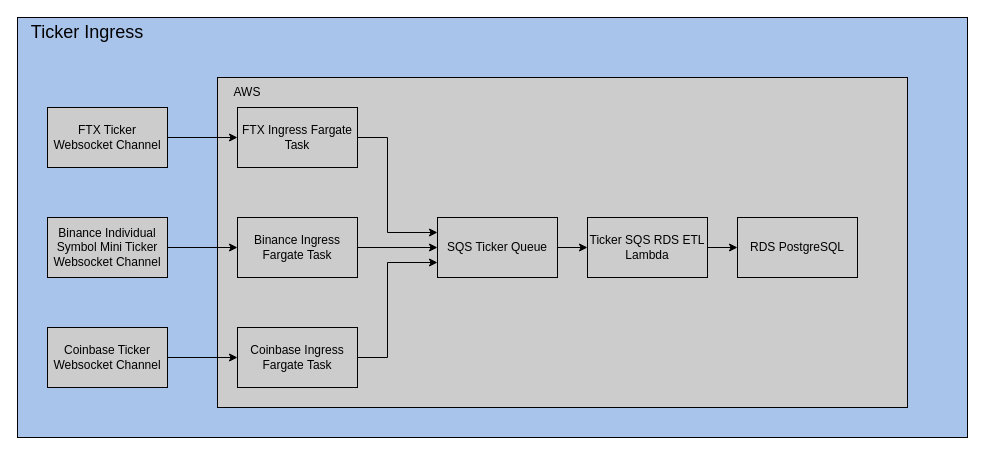
The draw.io diagram docs/Plutus.drawio in dtrodger/Plutus, before the edit. Source tidied: cells renumbered, new cells numbered last; positions are measured from the earlier drawing's top-left corner, leaving out a move shared by most shapes. Both pictures are drawn from the tidied source at 100%, with x=0, y=0 at pixel (17, 17).
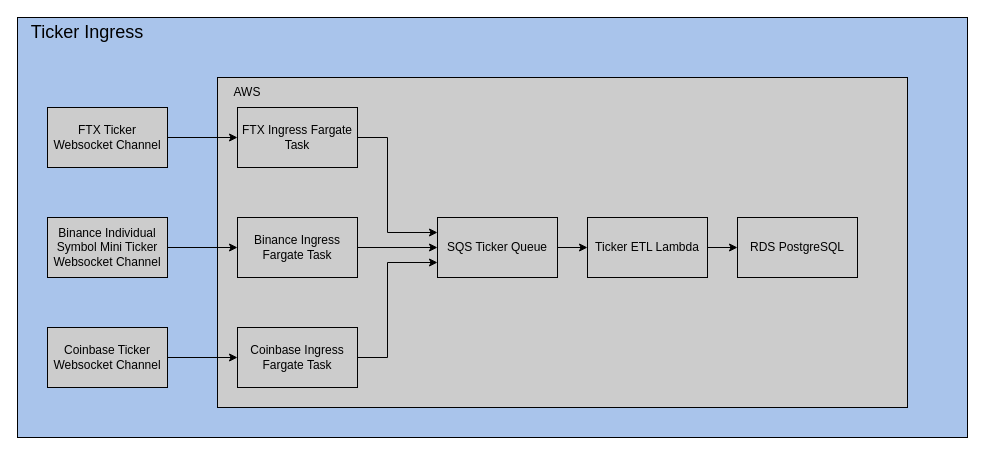
The same page after the edit.

What changed in the source:
```diff
@@
-    <mxCell id="18" value="Ticker SQS RDS ETL Lambda" style="rounded=0;whiteSpace=wrap;html=1;strokeColor=#000000;fillColor=#CCCCCC;" parent="1" vertex="1">
+    <mxCell id="18" value="Ticker ETL Lambda" style="rounded=0;whiteSpace=wrap;html=1;strokeColor=#000000;fillColor=#CCCCCC;" parent="1" vertex="1">
       <mxGeometry x="570" y="200" width="120" height="60" as="geometry" />
     </mxCell>
```
